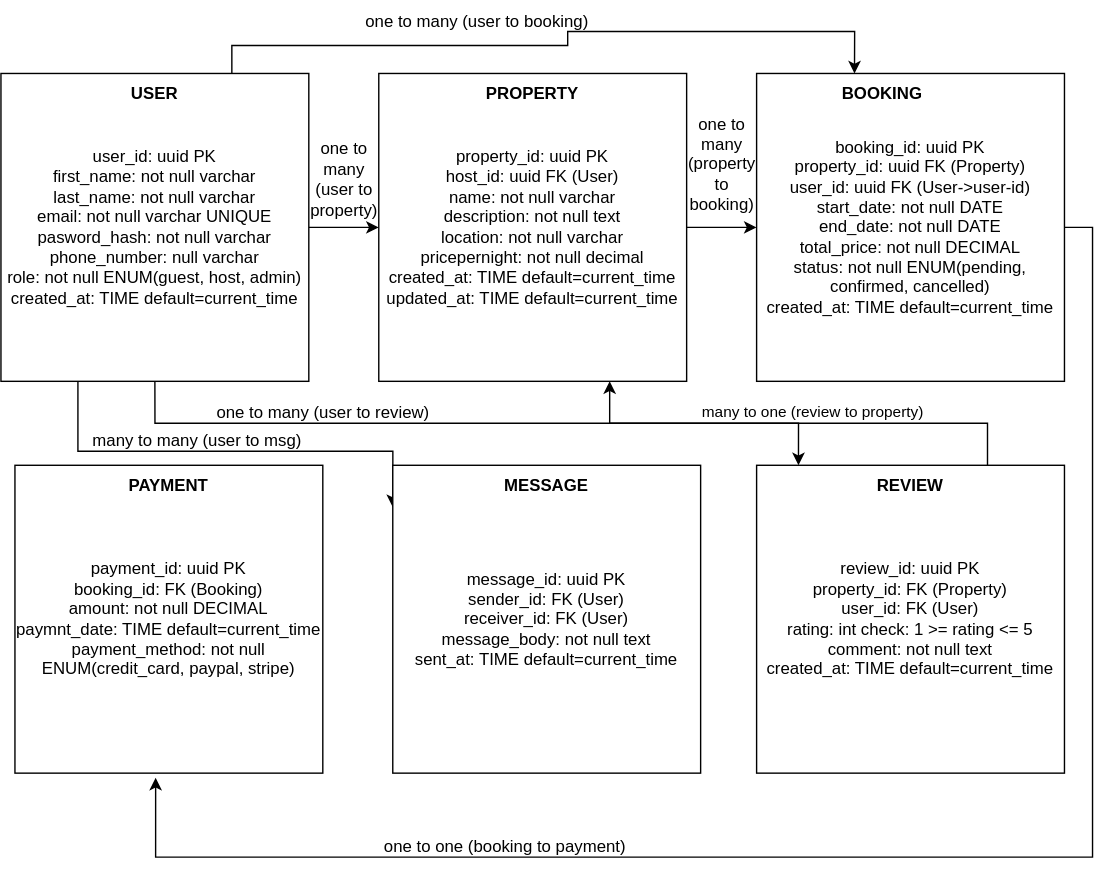
Earlier version of the draw.io export ERD/entity_relationship_diagram.drawio.svg (dhev-wisdom/alx-airbnb-database). Source tidied: cells renumbered, new cells last; positions are measured from the earlier drawing's top-left corner, leaving out a move shared by most shapes. The source it was exported from:
```xml
<mxGraphModel>
  <root>
    <mxCell id="0" />
    <mxCell id="1" parent="0" />
    <mxCell id="2" style="edgeStyle=orthogonalEdgeStyle;rounded=0;jettySize=auto;html=1;exitX=1;exitY=0.5;exitDx=0;exitDy=0;entryX=0;entryY=0.5;entryDx=0;entryDy=0;" parent="1" edge="1" source="5" target="14">
      <mxGeometry relative="1" as="geometry" />
    </mxCell>
    <mxCell id="3" style="edgeStyle=orthogonalEdgeStyle;rounded=0;jettySize=auto;html=1;exitX=0.75;exitY=0;exitDx=0;exitDy=0;entryX=0.318;entryY=0;entryDx=0;entryDy=0;entryPerimeter=0;" parent="1" edge="1" source="5" target="12">
      <mxGeometry relative="1" as="geometry">
        <Array as="points">
          <mxPoint x="165" y="32" />
          <mxPoint x="405" y="32" />
          <mxPoint x="405" y="22" />
          <mxPoint x="610" y="22" />
        </Array>
      </mxGeometry>
    </mxCell>
    <mxCell id="4" style="edgeStyle=orthogonalEdgeStyle;rounded=0;jettySize=auto;html=1;exitX=0.25;exitY=1;exitDx=0;exitDy=0;entryX=0;entryY=0.136;entryDx=0;entryDy=0;entryPerimeter=0;" parent="1" edge="1" source="5" target="15">
      <mxGeometry relative="1" as="geometry">
        <Array as="points">
          <mxPoint x="55" y="322" />
          <mxPoint x="280" y="322" />
        </Array>
      </mxGeometry>
    </mxCell>
    <mxCell id="5" value="user_id: uuid PK&lt;div&gt;first_name: not null varchar&lt;/div&gt;&lt;div&gt;last_name: not null varchar&lt;/div&gt;&lt;div&gt;email: not null varchar UNIQUE&lt;/div&gt;&lt;div&gt;pasword_hash: not null varchar&lt;/div&gt;&lt;div&gt;phone_number: null varchar&lt;/div&gt;&lt;div&gt;role: not null ENUM(guest, host, admin)&lt;/div&gt;&lt;div&gt;created_at: TIME default=current_time&lt;/div&gt;" style="whiteSpace=wrap;html=1;" parent="1" vertex="1">
      <mxGeometry y="52" width="220" height="220" as="geometry" />
    </mxCell>
    <mxCell id="6" value="&lt;b&gt;USER&lt;/b&gt;" style="text;strokeColor=none;align=center;fillColor=none;html=1;verticalAlign=middle;whiteSpace=wrap;rounded=0;" parent="1" vertex="1">
      <mxGeometry x="80" y="52" width="60" height="30" as="geometry" />
    </mxCell>
    <mxCell id="7" style="edgeStyle=orthogonalEdgeStyle;rounded=0;jettySize=auto;html=1;exitX=0.75;exitY=0;exitDx=0;exitDy=0;entryX=0.75;entryY=1;entryDx=0;entryDy=0;" parent="1" edge="1" source="9" target="14">
      <mxGeometry relative="1" as="geometry" />
    </mxCell>
    <mxCell id="8" value="many to one (review to property)" style="edgeLabel;html=1;align=center;verticalAlign=middle;" parent="7" vertex="1">
      <mxGeometry x="-0.06" y="-9" relative="1" as="geometry">
        <mxPoint x="-1" as="offset" />
      </mxGeometry>
    </mxCell>
    <mxCell id="9" value="review_id: uuid PK&lt;div&gt;property_id: FK (Property)&lt;/div&gt;&lt;div&gt;user_id: FK (User)&lt;/div&gt;&lt;div&gt;rating: int check: 1 &amp;gt;= rating &amp;lt;= 5&lt;/div&gt;&lt;div&gt;comment: not null text&lt;div&gt;created_at: TIME default=current_time&lt;/div&gt;&lt;/div&gt;" style="whiteSpace=wrap;html=1;" parent="1" vertex="1">
      <mxGeometry x="540" y="332" width="220" height="220" as="geometry" />
    </mxCell>
    <mxCell id="10" value="payment_id: uuid PK&lt;div&gt;booking_id: FK (Booking)&lt;/div&gt;&lt;div&gt;amount: not null DECIMAL&lt;/div&gt;&lt;div&gt;paymnt_date: TIME default=current_time&lt;/div&gt;&lt;div&gt;payment_method: not null ENUM(credit_card, paypal, stripe)&lt;/div&gt;" style="whiteSpace=wrap;html=1;" parent="1" vertex="1">
      <mxGeometry x="10" y="332" width="220" height="220" as="geometry" />
    </mxCell>
    <mxCell id="11" style="edgeStyle=orthogonalEdgeStyle;rounded=0;jettySize=auto;html=1;exitX=1;exitY=0.5;exitDx=0;exitDy=0;entryX=0.457;entryY=1.015;entryDx=0;entryDy=0;entryPerimeter=0;" parent="1" edge="1" source="12" target="10">
      <mxGeometry relative="1" as="geometry">
        <Array as="points">
          <mxPoint x="780" y="162" />
          <mxPoint x="780" y="612" />
          <mxPoint x="111" y="612" />
        </Array>
      </mxGeometry>
    </mxCell>
    <mxCell id="12" value="booking_id: uuid PK&lt;div&gt;property_id: uuid FK (Property)&lt;/div&gt;&lt;div&gt;user_id: uuid FK (User-&amp;gt;user-id)&lt;/div&gt;&lt;div&gt;start_date: not null DATE&lt;/div&gt;&lt;div&gt;end_date: not null DATE&lt;/div&gt;&lt;div&gt;total_price: not null DECIMAL&lt;/div&gt;&lt;div&gt;status: not null ENUM(pending, confirmed, cancelled)&lt;div&gt;created_at: TIME default=current_time&lt;/div&gt;&lt;/div&gt;" style="whiteSpace=wrap;html=1;" parent="1" vertex="1">
      <mxGeometry x="540" y="52" width="220" height="220" as="geometry" />
    </mxCell>
    <mxCell id="13" style="edgeStyle=orthogonalEdgeStyle;rounded=0;jettySize=auto;html=1;exitX=1;exitY=0.5;exitDx=0;exitDy=0;entryX=0;entryY=0.5;entryDx=0;entryDy=0;" parent="1" edge="1" source="14" target="12">
      <mxGeometry relative="1" as="geometry" />
    </mxCell>
    <mxCell id="14" value="property_id: uuid PK&lt;div&gt;host_id: uuid FK (User)&lt;br&gt;&lt;div&gt;name: not null varchar&lt;/div&gt;&lt;div&gt;description: not null text&lt;/div&gt;&lt;div&gt;location: not null varchar&lt;/div&gt;&lt;div&gt;pricepernight: not null decimal&lt;/div&gt;&lt;div&gt;created_at: TIME default=current_time&lt;/div&gt;&lt;/div&gt;&lt;div&gt;updated_at: TIME default=current_time&lt;/div&gt;" style="whiteSpace=wrap;html=1;" parent="1" vertex="1">
      <mxGeometry x="270" y="52" width="220" height="220" as="geometry" />
    </mxCell>
    <mxCell id="15" value="message_id: uuid PK&lt;div&gt;sender_id: FK (User)&lt;/div&gt;&lt;div&gt;receiver_id: FK (User)&lt;/div&gt;&lt;div&gt;message_body: not null text&lt;div&gt;sent_at: TIME default=current_time&lt;/div&gt;&lt;/div&gt;" style="whiteSpace=wrap;html=1;" parent="1" vertex="1">
      <mxGeometry x="280" y="332" width="220" height="220" as="geometry" />
    </mxCell>
    <mxCell id="16" value="&lt;b&gt;PROPERTY&lt;/b&gt;" style="text;strokeColor=none;align=center;fillColor=none;html=1;verticalAlign=middle;whiteSpace=wrap;rounded=0;" parent="1" vertex="1">
      <mxGeometry x="350" y="52" width="60" height="30" as="geometry" />
    </mxCell>
    <mxCell id="17" value="&lt;b&gt;BOOKING&lt;/b&gt;" style="text;strokeColor=none;align=center;fillColor=none;html=1;verticalAlign=middle;whiteSpace=wrap;rounded=0;" parent="1" vertex="1">
      <mxGeometry x="600" y="52" width="60" height="30" as="geometry" />
    </mxCell>
    <mxCell id="18" value="&lt;b&gt;PAYMENT&lt;/b&gt;" style="text;strokeColor=none;align=center;fillColor=none;html=1;verticalAlign=middle;whiteSpace=wrap;rounded=0;" parent="1" vertex="1">
      <mxGeometry x="90" y="332" width="60" height="30" as="geometry" />
    </mxCell>
    <mxCell id="19" value="&lt;b&gt;REVIEW&lt;/b&gt;" style="text;strokeColor=none;align=center;fillColor=none;html=1;verticalAlign=middle;whiteSpace=wrap;rounded=0;" parent="1" vertex="1">
      <mxGeometry x="620" y="332" width="60" height="30" as="geometry" />
    </mxCell>
    <mxCell id="20" value="&lt;b&gt;MESSAGE&lt;/b&gt;" style="text;strokeColor=none;align=center;fillColor=none;html=1;verticalAlign=middle;whiteSpace=wrap;rounded=0;" parent="1" vertex="1">
      <mxGeometry x="360" y="332" width="60" height="30" as="geometry" />
    </mxCell>
    <mxCell id="21" value="many to many (user to msg)" style="text;html=1;align=center;verticalAlign=middle;strokeColor=none;fillColor=none;" parent="1" vertex="1">
      <mxGeometry x="55" y="300" width="170" height="30" as="geometry" />
    </mxCell>
    <mxCell id="22" style="edgeStyle=orthogonalEdgeStyle;rounded=0;jettySize=auto;html=1;exitX=0.5;exitY=1;exitDx=0;exitDy=0;entryX=0.136;entryY=0;entryDx=0;entryDy=0;entryPerimeter=0;" parent="1" edge="1" source="5" target="9">
      <mxGeometry relative="1" as="geometry" />
    </mxCell>
    <mxCell id="23" value="one to many (user to review)" style="text;html=1;align=center;verticalAlign=middle;strokeColor=none;fillColor=none;" parent="1" vertex="1">
      <mxGeometry x="140" y="280" width="180" height="30" as="geometry" />
    </mxCell>
    <mxCell id="24" value="one to one (booking to payment)" style="text;html=1;align=center;verticalAlign=middle;strokeColor=none;fillColor=none;" parent="1" vertex="1">
      <mxGeometry x="260" y="590" width="200" height="30" as="geometry" />
    </mxCell>
    <mxCell id="25" value="one to&lt;div&gt;many&lt;/div&gt;&lt;div&gt;(user to&lt;/div&gt;&lt;div&gt;property)&lt;/div&gt;&lt;div&gt;&lt;br&gt;&lt;/div&gt;&lt;div&gt;&lt;br&gt;&lt;/div&gt;" style="text;html=1;align=center;verticalAlign=middle;strokeColor=none;fillColor=none;" parent="1" vertex="1">
      <mxGeometry x="210" y="92" width="70" height="100" as="geometry" />
    </mxCell>
    <mxCell id="26" value="one to many (user to booking)" style="text;html=1;align=center;verticalAlign=middle;strokeColor=none;fillColor=none;" parent="1" vertex="1">
      <mxGeometry x="250" width="180" height="30" as="geometry" />
    </mxCell>
    <mxCell id="27" value="one to&lt;div&gt;many&lt;/div&gt;&lt;div&gt;(property&lt;/div&gt;&lt;div&gt;to&lt;/div&gt;&lt;div&gt;booking)&lt;/div&gt;" style="text;html=1;align=center;verticalAlign=middle;strokeColor=none;fillColor=none;" parent="1" vertex="1">
      <mxGeometry x="480" y="72" width="70" height="90" as="geometry" />
    </mxCell>
  </root>
</mxGraphModel>
```
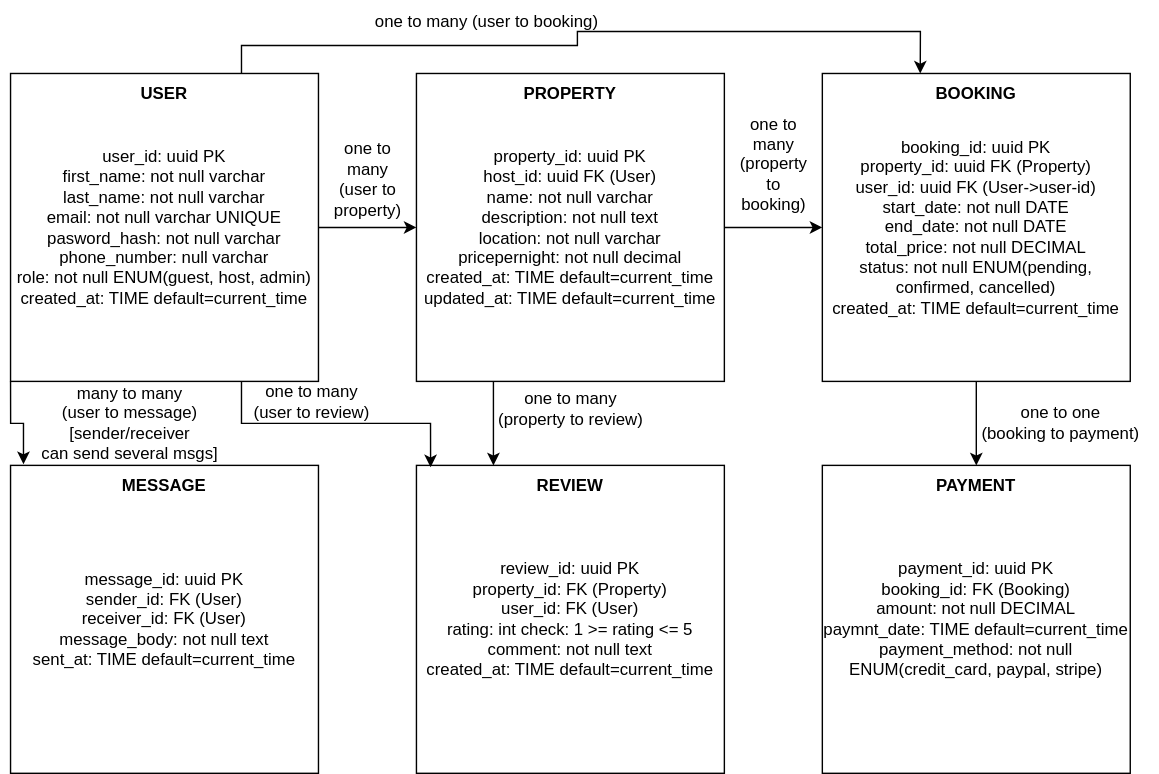
The same diagram one commit later.

Diff of the diagram source:
```diff
@@ -11,94 +11,81 @@
           <mxPoint x="165" y="32" />
           <mxPoint x="405" y="32" />
           <mxPoint x="405" y="22" />
-          <mxPoint x="610" y="22" />
+          <mxPoint x="650" y="22" />
         </Array>
       </mxGeometry>
     </mxCell>
-    <mxCell id="4" style="edgeStyle=orthogonalEdgeStyle;rounded=0;jettySize=auto;html=1;exitX=0.25;exitY=1;exitDx=0;exitDy=0;entryX=0;entryY=0.136;entryDx=0;entryDy=0;entryPerimeter=0;" parent="1" edge="1" source="5" target="15">
-      <mxGeometry relative="1" as="geometry">
-        <Array as="points">
-          <mxPoint x="55" y="322" />
-          <mxPoint x="280" y="322" />
-        </Array>
-      </mxGeometry>
-    </mxCell>
     <mxCell id="5" value="user_id: uuid PK&lt;div&gt;first_name: not null varchar&lt;/div&gt;&lt;div&gt;last_name: not null varchar&lt;/div&gt;&lt;div&gt;email: not null varchar UNIQUE&lt;/div&gt;&lt;div&gt;pasword_hash: not null varchar&lt;/div&gt;&lt;div&gt;phone_number: null varchar&lt;/div&gt;&lt;div&gt;role: not null ENUM(guest, host, admin)&lt;/div&gt;&lt;div&gt;created_at: TIME default=current_time&lt;/div&gt;" style="whiteSpace=wrap;html=1;" parent="1" vertex="1">
       <mxGeometry y="52" width="220" height="220" as="geometry" />
     </mxCell>
     <mxCell id="6" value="&lt;b&gt;USER&lt;/b&gt;" style="text;strokeColor=none;align=center;fillColor=none;html=1;verticalAlign=middle;whiteSpace=wrap;rounded=0;" parent="1" vertex="1">
       <mxGeometry x="80" y="52" width="60" height="30" as="geometry" />
     </mxCell>
-    <mxCell id="7" style="edgeStyle=orthogonalEdgeStyle;rounded=0;jettySize=auto;html=1;exitX=0.75;exitY=0;exitDx=0;exitDy=0;entryX=0.75;entryY=1;entryDx=0;entryDy=0;" parent="1" edge="1" source="9" target="14">
-      <mxGeometry relative="1" as="geometry" />
-    </mxCell>
-    <mxCell id="8" value="many to one (review to property)" style="edgeLabel;html=1;align=center;verticalAlign=middle;" parent="7" vertex="1">
-      <mxGeometry x="-0.06" y="-9" relative="1" as="geometry">
-        <mxPoint x="-1" as="offset" />
-      </mxGeometry>
-    </mxCell>
     <mxCell id="9" value="review_id: uuid PK&lt;div&gt;property_id: FK (Property)&lt;/div&gt;&lt;div&gt;user_id: FK (User)&lt;/div&gt;&lt;div&gt;rating: int check: 1 &amp;gt;= rating &amp;lt;= 5&lt;/div&gt;&lt;div&gt;comment: not null text&lt;div&gt;created_at: TIME default=current_time&lt;/div&gt;&lt;/div&gt;" style="whiteSpace=wrap;html=1;" parent="1" vertex="1">
-      <mxGeometry x="540" y="332" width="220" height="220" as="geometry" />
+      <mxGeometry x="290" y="332" width="220" height="220" as="geometry" />
     </mxCell>
     <mxCell id="10" value="payment_id: uuid PK&lt;div&gt;booking_id: FK (Booking)&lt;/div&gt;&lt;div&gt;amount: not null DECIMAL&lt;/div&gt;&lt;div&gt;paymnt_date: TIME default=current_time&lt;/div&gt;&lt;div&gt;payment_method: not null ENUM(credit_card, paypal, stripe)&lt;/div&gt;" style="whiteSpace=wrap;html=1;" parent="1" vertex="1">
-      <mxGeometry x="10" y="332" width="220" height="220" as="geometry" />
+      <mxGeometry x="580" y="332" width="220" height="220" as="geometry" />
     </mxCell>
-    <mxCell id="11" style="edgeStyle=orthogonalEdgeStyle;rounded=0;jettySize=auto;html=1;exitX=1;exitY=0.5;exitDx=0;exitDy=0;entryX=0.457;entryY=1.015;entryDx=0;entryDy=0;entryPerimeter=0;" parent="1" edge="1" source="12" target="10">
-      <mxGeometry relative="1" as="geometry">
-        <Array as="points">
-          <mxPoint x="780" y="162" />
-          <mxPoint x="780" y="612" />
-          <mxPoint x="111" y="612" />
-        </Array>
-      </mxGeometry>
-    </mxCell>
+    <mxCell id="28" style="edgeStyle=orthogonalEdgeStyle;rounded=0;jettySize=auto;html=1;exitX=0.5;exitY=1;exitDx=0;exitDy=0;entryX=0.5;entryY=0;entryDx=0;entryDy=0;" parent="1" edge="1" source="12" target="18">
+      <mxGeometry relative="1" as="geometry" />
+    </mxCell>
     <mxCell id="12" value="booking_id: uuid PK&lt;div&gt;property_id: uuid FK (Property)&lt;/div&gt;&lt;div&gt;user_id: uuid FK (User-&amp;gt;user-id)&lt;/div&gt;&lt;div&gt;start_date: not null DATE&lt;/div&gt;&lt;div&gt;end_date: not null DATE&lt;/div&gt;&lt;div&gt;total_price: not null DECIMAL&lt;/div&gt;&lt;div&gt;status: not null ENUM(pending, confirmed, cancelled)&lt;div&gt;created_at: TIME default=current_time&lt;/div&gt;&lt;/div&gt;" style="whiteSpace=wrap;html=1;" parent="1" vertex="1">
-      <mxGeometry x="540" y="52" width="220" height="220" as="geometry" />
+      <mxGeometry x="580" y="52" width="220" height="220" as="geometry" />
     </mxCell>
     <mxCell id="13" style="edgeStyle=orthogonalEdgeStyle;rounded=0;jettySize=auto;html=1;exitX=1;exitY=0.5;exitDx=0;exitDy=0;entryX=0;entryY=0.5;entryDx=0;entryDy=0;" parent="1" edge="1" source="14" target="12">
       <mxGeometry relative="1" as="geometry" />
     </mxCell>
+    <mxCell id="29" style="edgeStyle=orthogonalEdgeStyle;rounded=0;jettySize=auto;html=1;exitX=0.25;exitY=1;exitDx=0;exitDy=0;entryX=0.25;entryY=0;entryDx=0;entryDy=0;" parent="1" edge="1" source="14" target="9">
+      <mxGeometry relative="1" as="geometry" />
+    </mxCell>
     <mxCell id="14" value="property_id: uuid PK&lt;div&gt;host_id: uuid FK (User)&lt;br&gt;&lt;div&gt;name: not null varchar&lt;/div&gt;&lt;div&gt;description: not null text&lt;/div&gt;&lt;div&gt;location: not null varchar&lt;/div&gt;&lt;div&gt;pricepernight: not null decimal&lt;/div&gt;&lt;div&gt;created_at: TIME default=current_time&lt;/div&gt;&lt;/div&gt;&lt;div&gt;updated_at: TIME default=current_time&lt;/div&gt;" style="whiteSpace=wrap;html=1;" parent="1" vertex="1">
-      <mxGeometry x="270" y="52" width="220" height="220" as="geometry" />
+      <mxGeometry x="290" y="52" width="220" height="220" as="geometry" />
     </mxCell>
     <mxCell id="15" value="message_id: uuid PK&lt;div&gt;sender_id: FK (User)&lt;/div&gt;&lt;div&gt;receiver_id: FK (User)&lt;/div&gt;&lt;div&gt;message_body: not null text&lt;div&gt;sent_at: TIME default=current_time&lt;/div&gt;&lt;/div&gt;" style="whiteSpace=wrap;html=1;" parent="1" vertex="1">
-      <mxGeometry x="280" y="332" width="220" height="220" as="geometry" />
+      <mxGeometry y="332" width="220" height="220" as="geometry" />
     </mxCell>
     <mxCell id="16" value="&lt;b&gt;PROPERTY&lt;/b&gt;" style="text;strokeColor=none;align=center;fillColor=none;html=1;verticalAlign=middle;whiteSpace=wrap;rounded=0;" parent="1" vertex="1">
-      <mxGeometry x="350" y="52" width="60" height="30" as="geometry" />
+      <mxGeometry x="370" y="52" width="60" height="30" as="geometry" />
     </mxCell>
     <mxCell id="17" value="&lt;b&gt;BOOKING&lt;/b&gt;" style="text;strokeColor=none;align=center;fillColor=none;html=1;verticalAlign=middle;whiteSpace=wrap;rounded=0;" parent="1" vertex="1">
-      <mxGeometry x="600" y="52" width="60" height="30" as="geometry" />
+      <mxGeometry x="660" y="52" width="60" height="30" as="geometry" />
     </mxCell>
     <mxCell id="18" value="&lt;b&gt;PAYMENT&lt;/b&gt;" style="text;strokeColor=none;align=center;fillColor=none;html=1;verticalAlign=middle;whiteSpace=wrap;rounded=0;" parent="1" vertex="1">
-      <mxGeometry x="90" y="332" width="60" height="30" as="geometry" />
+      <mxGeometry x="660" y="332" width="60" height="30" as="geometry" />
     </mxCell>
     <mxCell id="19" value="&lt;b&gt;REVIEW&lt;/b&gt;" style="text;strokeColor=none;align=center;fillColor=none;html=1;verticalAlign=middle;whiteSpace=wrap;rounded=0;" parent="1" vertex="1">
-      <mxGeometry x="620" y="332" width="60" height="30" as="geometry" />
+      <mxGeometry x="370" y="332" width="60" height="30" as="geometry" />
     </mxCell>
     <mxCell id="20" value="&lt;b&gt;MESSAGE&lt;/b&gt;" style="text;strokeColor=none;align=center;fillColor=none;html=1;verticalAlign=middle;whiteSpace=wrap;rounded=0;" parent="1" vertex="1">
-      <mxGeometry x="360" y="332" width="60" height="30" as="geometry" />
+      <mxGeometry x="80" y="332" width="60" height="30" as="geometry" />
     </mxCell>
-    <mxCell id="21" value="many to many (user to msg)" style="text;html=1;align=center;verticalAlign=middle;strokeColor=none;fillColor=none;" parent="1" vertex="1">
-      <mxGeometry x="55" y="300" width="170" height="30" as="geometry" />
-    </mxCell>
-    <mxCell id="22" style="edgeStyle=orthogonalEdgeStyle;rounded=0;jettySize=auto;html=1;exitX=0.5;exitY=1;exitDx=0;exitDy=0;entryX=0.136;entryY=0;entryDx=0;entryDy=0;entryPerimeter=0;" parent="1" edge="1" source="5" target="9">
-      <mxGeometry relative="1" as="geometry" />
-    </mxCell>
-    <mxCell id="23" value="one to many (user to review)" style="text;html=1;align=center;verticalAlign=middle;strokeColor=none;fillColor=none;" parent="1" vertex="1">
-      <mxGeometry x="140" y="280" width="180" height="30" as="geometry" />
-    </mxCell>
-    <mxCell id="24" value="one to one (booking to payment)" style="text;html=1;align=center;verticalAlign=middle;strokeColor=none;fillColor=none;" parent="1" vertex="1">
-      <mxGeometry x="260" y="590" width="200" height="30" as="geometry" />
-    </mxCell>
     <mxCell id="25" value="one to&lt;div&gt;many&lt;/div&gt;&lt;div&gt;(user to&lt;/div&gt;&lt;div&gt;property)&lt;/div&gt;&lt;div&gt;&lt;br&gt;&lt;/div&gt;&lt;div&gt;&lt;br&gt;&lt;/div&gt;" style="text;html=1;align=center;verticalAlign=middle;strokeColor=none;fillColor=none;" parent="1" vertex="1">
-      <mxGeometry x="210" y="92" width="70" height="100" as="geometry" />
+      <mxGeometry x="220" y="92" width="70" height="100" as="geometry" />
     </mxCell>
     <mxCell id="26" value="one to many (user to booking)" style="text;html=1;align=center;verticalAlign=middle;strokeColor=none;fillColor=none;" parent="1" vertex="1">
       <mxGeometry x="250" width="180" height="30" as="geometry" />
     </mxCell>
     <mxCell id="27" value="one to&lt;div&gt;many&lt;/div&gt;&lt;div&gt;(property&lt;/div&gt;&lt;div&gt;to&lt;/div&gt;&lt;div&gt;booking)&lt;/div&gt;" style="text;html=1;align=center;verticalAlign=middle;strokeColor=none;fillColor=none;" parent="1" vertex="1">
-      <mxGeometry x="480" y="72" width="70" height="90" as="geometry" />
+      <mxGeometry x="510" y="72" width="70" height="90" as="geometry" />
     </mxCell>
+    <mxCell id="24" value="one to one&lt;div&gt;(booking to payment)&lt;/div&gt;" style="text;html=1;align=center;verticalAlign=middle;strokeColor=none;fillColor=none;" parent="1" vertex="1">
+      <mxGeometry x="680" y="282" width="140" height="40" as="geometry" />
+    </mxCell>
+    <mxCell id="4" style="edgeStyle=orthogonalEdgeStyle;rounded=0;jettySize=auto;html=1;exitX=0;exitY=1;exitDx=0;exitDy=0;entryX=0.042;entryY=-0.004;entryDx=0;entryDy=0;entryPerimeter=0;" parent="1" edge="1" source="5" target="15">
+      <mxGeometry relative="1" as="geometry" />
+    </mxCell>
+    <mxCell id="30" value="many to many&lt;div&gt;(user to message)&lt;/div&gt;&lt;div&gt;[sender/receiver&lt;/div&gt;&lt;div&gt;can send several msgs]&lt;/div&gt;" style="text;html=1;align=center;verticalAlign=middle;strokeColor=none;fillColor=none;" parent="1" vertex="1">
+      <mxGeometry x="10" y="267" width="150" height="70" as="geometry" />
+    </mxCell>
+    <mxCell id="22" style="edgeStyle=orthogonalEdgeStyle;rounded=0;jettySize=auto;html=1;exitX=0.75;exitY=1;exitDx=0;exitDy=0;entryX=0.046;entryY=0.006;entryDx=0;entryDy=0;entryPerimeter=0;" parent="1" edge="1" source="5" target="9">
+      <mxGeometry relative="1" as="geometry" />
+    </mxCell>
+    <mxCell id="23" value="one to many&lt;div&gt;(user to review)&lt;/div&gt;" style="text;html=1;align=center;verticalAlign=middle;strokeColor=none;fillColor=none;" parent="1" vertex="1">
+      <mxGeometry x="160" y="267" width="110" height="40" as="geometry" />
+    </mxCell>
+    <mxCell id="31" value="one to many&lt;div&gt;(property to review)&lt;/div&gt;" style="text;html=1;align=center;verticalAlign=middle;strokeColor=none;fillColor=none;" parent="1" vertex="1">
+      <mxGeometry x="335" y="272" width="130" height="40" as="geometry" />
+    </mxCell>
   </root>
 </mxGraphModel>
```
